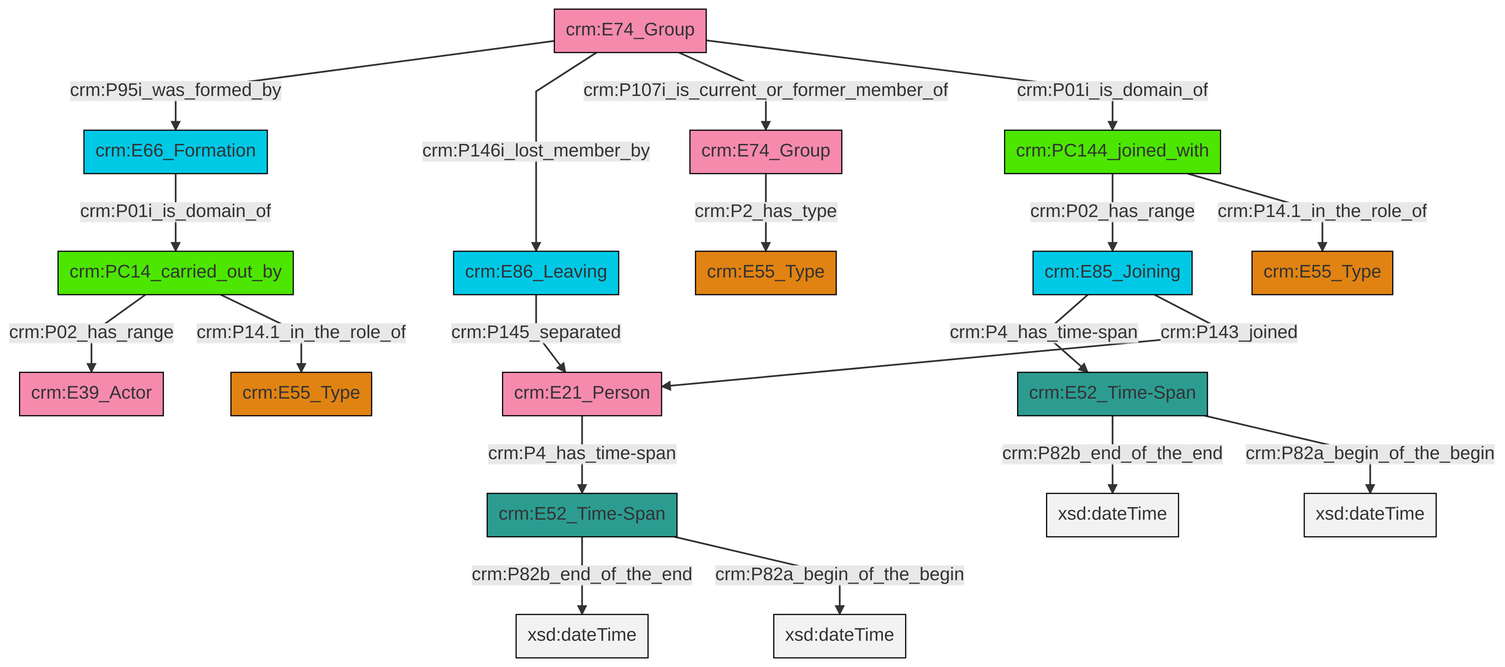
swiss-art-research-net/docs.swissartresearch keeps this Mermaid diagram as et/groupCSV/ttl/mmd/png/group_actor_relations.png. Above is the earlier version. Its source is kept beside it as et/groupCSV/ttl/mmd/group_actor_relations.ttl.mmd.
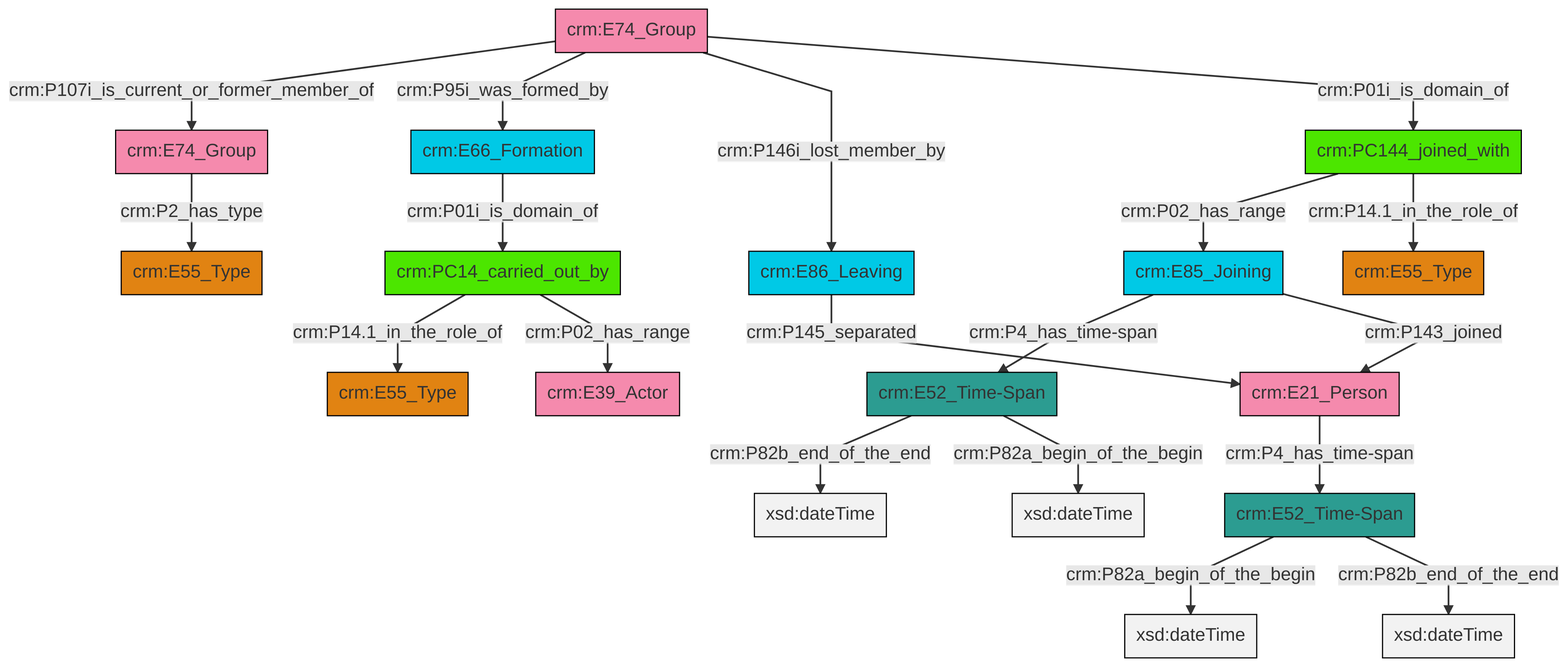
After the change.

The edit, as a diff of the source:
```diff
@@ -13,21 +13,21 @@
 classDef PC_Classes fill:#4ce600, stroke:#000000;
 classDef Multi fill:#cccccc,stroke:#000000;
 
-6["crm:E86_Leaving"]:::Temporal_Entity -->|crm:P145_separated| 7["crm:E21_Person"]:::Actor
-8["crm:E52_Time-Span"]:::Time-Span -->|crm:P82b_end_of_the_end| 9[xsd:dateTime]:::Literal
-2["crm:E85_Joining"]:::Temporal_Entity -->|crm:P4_has_time-span| 8["crm:E52_Time-Span"]:::Time-Span
-12["crm:PC14_carried_out_by"]:::PC_Classes -->|crm:P02_has_range| 13["crm:E39_Actor"]:::Actor
-14["crm:E52_Time-Span"]:::Time-Span -->|crm:P82b_end_of_the_end| 15[xsd:dateTime]:::Literal
-7["crm:E21_Person"]:::Actor -->|crm:P4_has_time-span| 14["crm:E52_Time-Span"]:::Time-Span
-16["crm:E74_Group"]:::Actor -->|crm:P95i_was_formed_by| 4["crm:E66_Formation"]:::Temporal_Entity
-12["crm:PC14_carried_out_by"]:::PC_Classes -->|crm:P14.1_in_the_role_of| 17["crm:E55_Type"]:::Type
-19["crm:PC144_joined_with"]:::PC_Classes -->|crm:P02_has_range| 2["crm:E85_Joining"]:::Temporal_Entity
-4["crm:E66_Formation"]:::Temporal_Entity -->|crm:P01i_is_domain_of| 12["crm:PC14_carried_out_by"]:::PC_Classes
-16["crm:E74_Group"]:::Actor -->|crm:P146i_lost_member_by| 6["crm:E86_Leaving"]:::Temporal_Entity
-16["crm:E74_Group"]:::Actor -->|crm:P107i_is_current_or_former_member_of| 10["crm:E74_Group"]:::Actor
-14["crm:E52_Time-Span"]:::Time-Span -->|crm:P82a_begin_of_the_begin| 27[xsd:dateTime]:::Literal
-16["crm:E74_Group"]:::Actor -->|crm:P01i_is_domain_of| 19["crm:PC144_joined_with"]:::PC_Classes
-8["crm:E52_Time-Span"]:::Time-Span -->|crm:P82a_begin_of_the_begin| 30[xsd:dateTime]:::Literal
-2["crm:E85_Joining"]:::Temporal_Entity -->|crm:P143_joined| 7["crm:E21_Person"]:::Actor
-10["crm:E74_Group"]:::Actor -->|crm:P2_has_type| 23["crm:E55_Type"]:::Type
-19["crm:PC144_joined_with"]:::PC_Classes -->|crm:P14.1_in_the_role_of| 0["crm:E55_Type"]:::Type
+4["crm:PC14_carried_out_by"]:::PC_Classes -->|crm:P14.1_in_the_role_of| 8["crm:E55_Type"]:::Type
+9["crm:E74_Group"]:::Actor -->|crm:P107i_is_current_or_former_member_of| 0["crm:E74_Group"]:::Actor
+6["crm:E52_Time-Span"]:::Time-Span -->|crm:P82a_begin_of_the_begin| 12[xsd:dateTime]:::Literal
+13["crm:E52_Time-Span"]:::Time-Span -->|crm:P82b_end_of_the_end| 14[xsd:dateTime]:::Literal
+9["crm:E74_Group"]:::Actor -->|crm:P95i_was_formed_by| 2["crm:E66_Formation"]:::Temporal_Entity
+19["crm:E21_Person"]:::Actor -->|crm:P4_has_time-span| 6["crm:E52_Time-Span"]:::Time-Span
+9["crm:E74_Group"]:::Actor -->|crm:P146i_lost_member_by| 10["crm:E86_Leaving"]:::Temporal_Entity
+2["crm:E66_Formation"]:::Temporal_Entity -->|crm:P01i_is_domain_of| 4["crm:PC14_carried_out_by"]:::PC_Classes
+25["crm:E85_Joining"]:::Temporal_Entity -->|crm:P4_has_time-span| 13["crm:E52_Time-Span"]:::Time-Span
+27["crm:PC144_joined_with"]:::PC_Classes -->|crm:P02_has_range| 25["crm:E85_Joining"]:::Temporal_Entity
+13["crm:E52_Time-Span"]:::Time-Span -->|crm:P82a_begin_of_the_begin| 28[xsd:dateTime]:::Literal
+25["crm:E85_Joining"]:::Temporal_Entity -->|crm:P143_joined| 19["crm:E21_Person"]:::Actor
+9["crm:E74_Group"]:::Actor -->|crm:P01i_is_domain_of| 27["crm:PC144_joined_with"]:::PC_Classes
+6["crm:E52_Time-Span"]:::Time-Span -->|crm:P82b_end_of_the_end| 30[xsd:dateTime]:::Literal
+27["crm:PC144_joined_with"]:::PC_Classes -->|crm:P14.1_in_the_role_of| 16["crm:E55_Type"]:::Type
+10["crm:E86_Leaving"]:::Temporal_Entity -->|crm:P145_separated| 19["crm:E21_Person"]:::Actor
+0["crm:E74_Group"]:::Actor -->|crm:P2_has_type| 22["crm:E55_Type"]:::Type
+4["crm:PC14_carried_out_by"]:::PC_Classes -->|crm:P02_has_range| 20["crm:E39_Actor"]:::Actor
```
